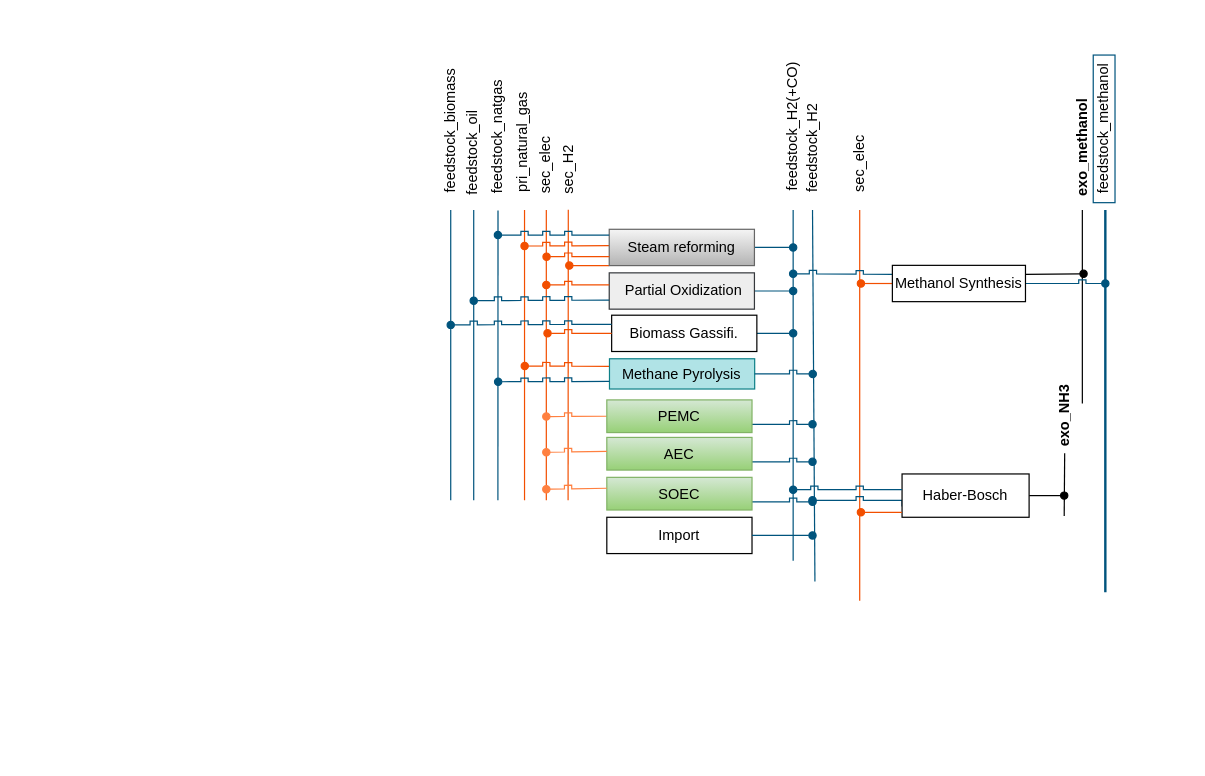
The draw.io diagram PhD_circularities.drawio in anik-ier/TAM_Industry_RES, before the edit. Source tidied: cells renumbered, new cells numbered last; positions are measured from the earlier drawing's top-left corner, leaving out a move shared by most shapes. Both pictures are drawn from the tidied source at 121%, with x=0, y=0 at pixel (367, 52).
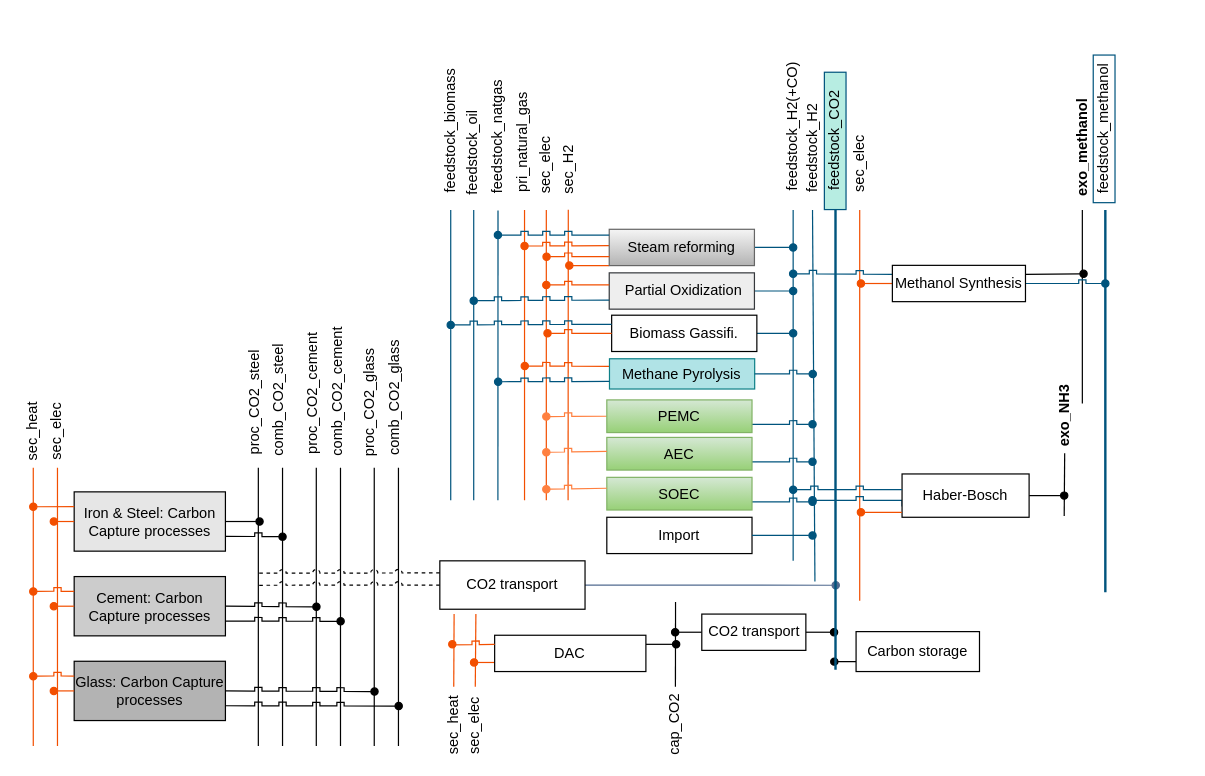
After the change.

Change to the diagram source:
```diff
@@
+    <mxCell id="84" parent="0" />
+    <mxCell id="85" style="group;" parent="84" vertex="1">
+      <mxGeometry x="58" y="-26" width="490.3" height="602.5" as="geometry" />
+    </mxCell>
+    <mxCell id="86" style="edgeStyle=orthogonalEdgeStyle;rounded=0;jettySize=auto;html=1;exitX=0;exitY=0.75;exitDx=0;exitDy=0;endArrow=oval;endFill=1;" parent="85" edge="1" source="87">
+      <mxGeometry relative="1" as="geometry">
+        <mxPoint x="328" y="529" as="targetPoint" />
+      </mxGeometry>
+    </mxCell>
+    <mxCell id="87" value="Carbon storage" style="rounded=0;whiteSpace=wrap;html=1;strokeWidth=1;" parent="85" vertex="1">
+      <mxGeometry x="346" y="504.5" width="102" height="33" as="geometry" />
+    </mxCell>
+    <mxCell id="88" style="group;" parent="85" vertex="1">
+      <mxGeometry x="188.5" y="474.5" width="116" height="30" as="geometry" />
+    </mxCell>
+    <mxCell id="89" style="edgeStyle=orthogonalEdgeStyle;rounded=0;jettySize=auto;html=1;exitX=0;exitY=0.5;exitDx=0;exitDy=0;endArrow=oval;endFill=1;" parent="88" edge="1" source="101">
+      <mxGeometry relative="1" as="geometry">
+        <mxPoint x="8" y="30.5" as="targetPoint" />
+        <Array as="points">
+          <mxPoint x="11" y="30" />
+          <mxPoint x="11" y="30" />
+        </Array>
+      </mxGeometry>
+    </mxCell>
+    <mxCell id="90" style="edgeStyle=orthogonalEdgeStyle;rounded=0;jettySize=auto;html=1;exitX=1;exitY=0.5;exitDx=0;exitDy=0;endArrow=oval;endFill=1;" parent="88" edge="1" source="101">
+      <mxGeometry relative="1" as="geometry">
+        <mxPoint x="139.3" y="30.5" as="targetPoint" />
+      </mxGeometry>
+    </mxCell>
+    <mxCell id="91" style="endArrow=none;html=1;rounded=0;strokeColor=#F24F00;" parent="85" edge="1">
+      <mxGeometry relative="1" as="geometry">
+        <mxPoint x="13.8" y="490" as="sourcePoint" />
+        <mxPoint x="13.5" y="550" as="targetPoint" />
+      </mxGeometry>
+    </mxCell>
+    <mxCell id="92" value="sec_heat" style="text;html=1;align=center;verticalAlign=middle;whiteSpace=wrap;rounded=0;rotation=270;fontStyle=0;flipH=0;direction=west;" parent="85" vertex="1">
+      <mxGeometry x="-10.2" y="572" width="47.9" height="20.5" as="geometry" />
+    </mxCell>
+    <mxCell id="93" style="edgeStyle=orthogonalEdgeStyle;rounded=0;jettySize=auto;html=1;exitX=0;exitY=0.75;exitDx=0;exitDy=0;endArrow=oval;endFill=1;strokeColor=#f24f00;" parent="85" edge="1" source="95">
+      <mxGeometry relative="1" as="geometry">
+        <mxPoint x="30.3" y="530.5" as="targetPoint" />
+      </mxGeometry>
+    </mxCell>
+    <mxCell id="94" style="edgeStyle=orthogonalEdgeStyle;rounded=0;jettySize=auto;html=1;exitX=1;exitY=0.25;exitDx=0;exitDy=0;endArrow=oval;endFill=1;" parent="85" edge="1" source="95">
+      <mxGeometry relative="1" as="geometry">
+        <mxPoint x="197.3" y="515.5" as="targetPoint" />
+      </mxGeometry>
+    </mxCell>
+    <mxCell id="95" value="DAC" style="rounded=0;whiteSpace=wrap;html=1;" parent="85" vertex="1">
+      <mxGeometry x="47.3" y="507.5" width="125" height="30" as="geometry" />
+    </mxCell>
+    <mxCell id="96" value="sec_elec" style="text;html=1;align=center;verticalAlign=middle;whiteSpace=wrap;rounded=0;rotation=270;fontStyle=0;flipH=0;direction=west;" parent="85" vertex="1">
+      <mxGeometry x="7.3" y="572" width="47.9" height="20.5" as="geometry" />
+    </mxCell>
+    <mxCell id="97" style="endArrow=none;html=1;rounded=0;strokeColor=#f24f00;" parent="85" edge="1">
+      <mxGeometry relative="1" as="geometry">
+        <mxPoint x="31.8" y="490" as="sourcePoint" />
+        <mxPoint x="31.3" y="550" as="targetPoint" />
+      </mxGeometry>
+    </mxCell>
+    <mxCell id="98" value="cap_CO2" style="text;html=1;align=center;verticalAlign=middle;whiteSpace=wrap;rounded=0;rotation=270;fontStyle=0;flipH=0;direction=west;" parent="85" vertex="1">
+      <mxGeometry x="172.3" y="571" width="47.9" height="20.5" as="geometry" />
+    </mxCell>
+    <mxCell id="99" style="endArrow=none;html=1;rounded=0;" parent="85" edge="1">
+      <mxGeometry relative="1" as="geometry">
+        <mxPoint x="196.8" y="480" as="sourcePoint" />
+        <mxPoint x="196.7" y="550" as="targetPoint" />
+      </mxGeometry>
+    </mxCell>
+    <mxCell id="100" style="edgeStyle=orthogonalEdgeStyle;rounded=0;jettySize=auto;html=1;exitX=0;exitY=0.25;exitDx=0;exitDy=0;endArrow=oval;endFill=1;strokeColor=#f24f00;jumpStyle=sharp;" parent="85" edge="1" source="95">
+      <mxGeometry relative="1" as="geometry">
+        <mxPoint x="12.3" y="515.5" as="targetPoint" />
+      </mxGeometry>
+    </mxCell>
+    <mxCell id="101" value="CO2 transport" style="rounded=0;whiteSpace=wrap;html=1;" parent="85" vertex="1">
+      <mxGeometry x="218.5" y="490" width="86" height="30" as="geometry" />
+    </mxCell>
+    <mxCell id="102" parent="0" />
+    <mxCell id="103" style="endArrow=none;html=1;rounded=0;" parent="102" edge="1">
+      <mxGeometry relative="1" as="geometry">
+        <mxPoint x="-70" y="343" as="sourcePoint" />
+        <mxPoint x="-70" y="573" as="targetPoint" />
+      </mxGeometry>
+    </mxCell>
+    <mxCell id="104" style="endArrow=none;html=1;rounded=0;" parent="102" edge="1">
+      <mxGeometry relative="1" as="geometry">
+        <mxPoint x="-42.1" y="343" as="sourcePoint" />
+        <mxPoint x="-42.1" y="573" as="targetPoint" />
+      </mxGeometry>
+    </mxCell>
+    <mxCell id="105" style="endArrow=none;html=1;rounded=0;" parent="102" edge="1">
+      <mxGeometry relative="1" as="geometry">
+        <mxPoint x="-22.1" y="343" as="sourcePoint" />
+        <mxPoint x="-22.1" y="573" as="targetPoint" />
+      </mxGeometry>
+    </mxCell>
+    <mxCell id="106" style="endArrow=none;html=1;rounded=0;" parent="102" edge="1">
+      <mxGeometry relative="1" as="geometry">
+        <mxPoint x="-90" y="343" as="sourcePoint" />
+        <mxPoint x="-90" y="573" as="targetPoint" />
+      </mxGeometry>
+    </mxCell>
+    <mxCell id="107" style="group;" parent="102" vertex="1">
+      <mxGeometry x="-276" y="363" width="183" height="49" as="geometry" />
+    </mxCell>
+    <mxCell id="108" style="edgeStyle=orthogonalEdgeStyle;rounded=0;jettySize=auto;html=1;exitX=1;exitY=0.75;exitDx=0;exitDy=0;endArrow=oval;endFill=1;jumpStyle=sharp;" parent="107" edge="1" source="109">
+      <mxGeometry relative="1" as="geometry">
+        <mxPoint x="206" y="37" as="targetPoint" />
+      </mxGeometry>
+    </mxCell>
+    <mxCell id="109" value="Iron &amp;amp; Steel: Carbon Capture processes" style="rounded=0;whiteSpace=wrap;html=1;strokeWidth=1;fillColor=#E6E6E6;" parent="107" vertex="1">
+      <mxGeometry x="33.8" width="125" height="49" as="geometry" />
+    </mxCell>
+    <mxCell id="110" style="edgeStyle=orthogonalEdgeStyle;rounded=0;jettySize=auto;html=1;exitX=0;exitY=0.25;exitDx=0;exitDy=0;endArrow=oval;endFill=1;strokeColor=#f24f00;jumpStyle=sharp;" parent="107" edge="1" source="109">
+      <mxGeometry relative="1" as="geometry">
+        <mxPoint y="12" as="targetPoint" />
+      </mxGeometry>
+    </mxCell>
+    <mxCell id="111" style="edgeStyle=orthogonalEdgeStyle;rounded=0;jettySize=auto;html=1;exitX=0;exitY=0.5;exitDx=0;exitDy=0;endArrow=oval;endFill=1;strokeColor=#f24f00;" parent="107" edge="1" source="109">
+      <mxGeometry relative="1" as="geometry">
+        <mxPoint x="17" y="25" as="targetPoint" />
+      </mxGeometry>
+    </mxCell>
+    <mxCell id="112" style="edgeStyle=orthogonalEdgeStyle;rounded=0;jettySize=auto;html=1;exitX=1;exitY=0.5;exitDx=0;exitDy=0;endArrow=oval;endFill=1;" parent="107" edge="1" source="109">
+      <mxGeometry relative="1" as="geometry">
+        <mxPoint x="187" y="24.7" as="targetPoint" />
+      </mxGeometry>
+    </mxCell>
+    <mxCell id="113" style="endArrow=none;html=1;rounded=0;strokeColor=#f24f00;" parent="107" edge="1">
+      <mxGeometry relative="1" as="geometry">
+        <mxPoint x="20" y="-20" as="sourcePoint" />
+        <mxPoint x="20" y="210" as="targetPoint" />
+      </mxGeometry>
+    </mxCell>
+    <mxCell id="114" style="group;" parent="102" vertex="1">
+      <mxGeometry x="-276" y="433" width="183" height="62.5" as="geometry" />
+    </mxCell>
+    <mxCell id="115" value="Cement: Carbon Capture processes" style="rounded=0;whiteSpace=wrap;html=1;strokeWidth=1;fillColor=#CCCCCC;" parent="114" vertex="1">
+      <mxGeometry x="33.8" width="125" height="49" as="geometry" />
+    </mxCell>
+    <mxCell id="116" style="edgeStyle=orthogonalEdgeStyle;rounded=0;jettySize=auto;html=1;exitX=0;exitY=0.25;exitDx=0;exitDy=0;endArrow=oval;endFill=1;strokeColor=#f24f00;jumpStyle=sharp;" parent="114" edge="1" source="115">
+      <mxGeometry relative="1" as="geometry">
+        <mxPoint y="12" as="targetPoint" />
+      </mxGeometry>
+    </mxCell>
+    <mxCell id="117" style="edgeStyle=orthogonalEdgeStyle;rounded=0;jettySize=auto;html=1;exitX=0;exitY=0.5;exitDx=0;exitDy=0;endArrow=oval;endFill=1;strokeColor=#f24f00;" parent="114" edge="1" source="115">
+      <mxGeometry relative="1" as="geometry">
+        <mxPoint x="17" y="25" as="targetPoint" />
+      </mxGeometry>
+    </mxCell>
+    <mxCell id="118" style="edgeStyle=orthogonalEdgeStyle;rounded=0;jettySize=auto;html=1;exitX=1;exitY=0.5;exitDx=0;exitDy=0;endArrow=oval;endFill=1;jumpStyle=sharp;" parent="114" edge="1" source="115">
+      <mxGeometry relative="1" as="geometry">
+        <mxPoint x="234" y="25" as="targetPoint" />
+      </mxGeometry>
+    </mxCell>
+    <mxCell id="119" style="edgeStyle=orthogonalEdgeStyle;rounded=0;jettySize=auto;html=1;exitX=1;exitY=0.75;exitDx=0;exitDy=0;endArrow=oval;endFill=1;jumpStyle=sharp;" parent="114" edge="1" source="115">
+      <mxGeometry relative="1" as="geometry">
+        <mxPoint x="254" y="37" as="targetPoint" />
+      </mxGeometry>
+    </mxCell>
+    <mxCell id="120" style="group;" parent="102" vertex="1">
+      <mxGeometry x="-276" y="503" width="183" height="49" as="geometry" />
+    </mxCell>
+    <mxCell id="121" style="edgeStyle=orthogonalEdgeStyle;rounded=0;jettySize=auto;html=1;exitX=1;exitY=0.75;exitDx=0;exitDy=0;endArrow=oval;endFill=1;jumpStyle=sharp;" parent="120" edge="1" source="122">
+      <mxGeometry relative="1" as="geometry">
+        <mxPoint x="302" y="37" as="targetPoint" />
+      </mxGeometry>
+    </mxCell>
+    <mxCell id="122" value="Glass: Carbon Capture processes" style="rounded=0;whiteSpace=wrap;html=1;strokeWidth=1;fillColor=#B3B3B3;" parent="120" vertex="1">
+      <mxGeometry x="33.8" width="125" height="49" as="geometry" />
+    </mxCell>
+    <mxCell id="123" style="edgeStyle=orthogonalEdgeStyle;rounded=0;jettySize=auto;html=1;exitX=0;exitY=0.25;exitDx=0;exitDy=0;endArrow=oval;endFill=1;strokeColor=#f24f00;jumpStyle=sharp;" parent="120" edge="1" source="122">
+      <mxGeometry relative="1" as="geometry">
+        <mxPoint y="12" as="targetPoint" />
+      </mxGeometry>
+    </mxCell>
+    <mxCell id="124" style="edgeStyle=orthogonalEdgeStyle;rounded=0;jettySize=auto;html=1;exitX=0;exitY=0.5;exitDx=0;exitDy=0;endArrow=oval;endFill=1;strokeColor=#f24f00;" parent="120" edge="1" source="122">
+      <mxGeometry relative="1" as="geometry">
+        <mxPoint x="17" y="25" as="targetPoint" />
+      </mxGeometry>
+    </mxCell>
+    <mxCell id="125" style="edgeStyle=orthogonalEdgeStyle;rounded=0;jettySize=auto;html=1;exitX=1;exitY=0.5;exitDx=0;exitDy=0;endArrow=oval;endFill=1;jumpStyle=sharp;" parent="120" edge="1" source="122">
+      <mxGeometry relative="1" as="geometry">
+        <mxPoint x="282" y="25" as="targetPoint" />
+      </mxGeometry>
+    </mxCell>
+    <mxCell id="126" value="proc_CO2_steel" style="text;html=1;align=center;verticalAlign=middle;whiteSpace=wrap;rounded=0;rotation=270;fontStyle=0;flipH=0;direction=west;" parent="102" vertex="1">
+      <mxGeometry x="-146" y="279" width="106.9" height="20.5" as="geometry" />
+    </mxCell>
+    <mxCell id="127" value="comb_CO2_steel" style="text;html=1;align=center;verticalAlign=middle;whiteSpace=wrap;rounded=0;rotation=270;fontStyle=0;flipH=0;direction=west;" parent="102" vertex="1">
+      <mxGeometry x="-123" y="277" width="100.9" height="20.5" as="geometry" />
+    </mxCell>
+    <mxCell id="128" value="sec_heat" style="text;html=1;align=center;verticalAlign=middle;whiteSpace=wrap;rounded=0;rotation=270;fontStyle=0;flipH=0;direction=west;" parent="102" vertex="1">
+      <mxGeometry x="-300" y="303" width="47.9" height="20.5" as="geometry" />
+    </mxCell>
+    <mxCell id="129" value="sec_elec" style="text;html=1;align=center;verticalAlign=middle;whiteSpace=wrap;rounded=0;rotation=270;fontStyle=0;flipH=0;direction=west;" parent="102" vertex="1">
+      <mxGeometry x="-280" y="303" width="47.9" height="20.5" as="geometry" />
+    </mxCell>
+    <mxCell id="130" style="endArrow=none;html=1;rounded=0;strokeColor=#F24F00;" parent="102" edge="1">
+      <mxGeometry relative="1" as="geometry">
+        <mxPoint x="-276" y="343" as="sourcePoint" />
+        <mxPoint x="-276" y="573" as="targetPoint" />
+      </mxGeometry>
+    </mxCell>
+    <mxCell id="131" value="comb_CO2_cement" style="text;html=1;align=center;verticalAlign=middle;whiteSpace=wrap;rounded=0;rotation=270;fontStyle=0;flipH=0;direction=west;" parent="102" vertex="1">
+      <mxGeometry x="-84" y="270" width="119" height="20.5" as="geometry" />
+    </mxCell>
+    <mxCell id="132" value="proc_CO2_cement" style="text;html=1;align=center;verticalAlign=middle;whiteSpace=wrap;rounded=0;rotation=270;fontStyle=0;flipH=0;direction=west;" parent="102" vertex="1">
+      <mxGeometry x="-99" y="272" width="107" height="19.5" as="geometry" />
+    </mxCell>
+    <mxCell id="133" style="endArrow=none;html=1;rounded=0;" parent="102" edge="1">
+      <mxGeometry relative="1" as="geometry">
+        <mxPoint x="5.8" y="343" as="sourcePoint" />
+        <mxPoint x="5.8" y="573" as="targetPoint" />
+      </mxGeometry>
+    </mxCell>
+    <mxCell id="134" value="comb_CO2_glass" style="text;html=1;align=center;verticalAlign=middle;whiteSpace=wrap;rounded=0;rotation=270;fontStyle=0;flipH=0;direction=west;" parent="102" vertex="1">
+      <mxGeometry x="-28" y="275" width="102.1" height="20.5" as="geometry" />
+    </mxCell>
+    <mxCell id="135" value="proc_CO2_glass" style="text;html=1;align=center;verticalAlign=middle;whiteSpace=wrap;rounded=0;rotation=270;fontStyle=0;flipH=0;direction=west;" parent="102" vertex="1">
+      <mxGeometry x="-47" y="279" width="98.1" height="20.5" as="geometry" />
+    </mxCell>
+    <mxCell id="136" style="endArrow=none;html=1;rounded=0;" parent="102" edge="1">
+      <mxGeometry relative="1" as="geometry">
+        <mxPoint x="25.8" y="343" as="sourcePoint" />
+        <mxPoint x="25.8" y="573" as="targetPoint" />
+      </mxGeometry>
+    </mxCell>
+    <mxCell id="137" style="edgeStyle=orthogonalEdgeStyle;rounded=0;jettySize=auto;html=1;exitX=0;exitY=0.25;exitDx=0;exitDy=0;endArrow=none;startFill=0;dashed=1;jumpStyle=arc;" parent="102" edge="1" source="140">
+      <mxGeometry relative="1" as="geometry">
+        <mxPoint x="-90" y="430.2" as="targetPoint" />
+      </mxGeometry>
+    </mxCell>
+    <mxCell id="138" style="edgeStyle=orthogonalEdgeStyle;rounded=0;jettySize=auto;html=1;exitX=0;exitY=0.5;exitDx=0;exitDy=0;endArrow=none;startFill=0;dashed=1;jumpStyle=arc;" parent="102" edge="1" source="140">
+      <mxGeometry relative="1" as="geometry">
+        <mxPoint x="-90" y="440.2" as="targetPoint" />
+      </mxGeometry>
+    </mxCell>
+    <mxCell id="139" style="edgeStyle=orthogonalEdgeStyle;rounded=0;jettySize=auto;html=1;exitX=1;exitY=0.5;exitDx=0;exitDy=0;endArrow=oval;endFill=1;strokeColor=#516B90;" parent="102" edge="1" source="140">
+      <mxGeometry relative="1" as="geometry">
+        <mxPoint x="387.2" y="440.2" as="targetPoint" />
+      </mxGeometry>
+    </mxCell>
+    <mxCell id="140" value="CO2 transport" style="rounded=0;whiteSpace=wrap;html=1;" parent="102" vertex="1">
+      <mxGeometry x="60" y="420" width="120" height="40" as="geometry" />
+    </mxCell>
+    <mxCell id="141" style="endArrow=none;html=1;rounded=0;strokeColor=#00547D;strokeWidth=2;" parent="102" edge="1">
+      <mxGeometry relative="1" as="geometry">
+        <mxPoint x="387" y="510" as="sourcePoint" />
+        <mxPoint x="387" y="130" as="targetPoint" />
+      </mxGeometry>
+    </mxCell>
+    <mxCell id="142" value="feedstock_CO2" style="text;html=1;align=center;verticalAlign=middle;whiteSpace=wrap;rounded=0;rotation=270;strokeColor=#00547D;fillColor=#B7EDE2;" parent="102" vertex="1">
+      <mxGeometry x="330" y="64" width="113.5" height="17.9" as="geometry" />
+    </mxCell>
```
